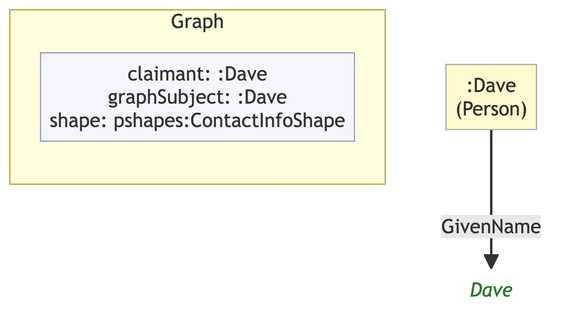
MeeFoundation/mia-ontologies keeps this Mermaid diagram as example/graphs/images/graph-68.png. Above is the earlier version. Its source is kept beside it as example/graphs/images/graph-68.mmd.
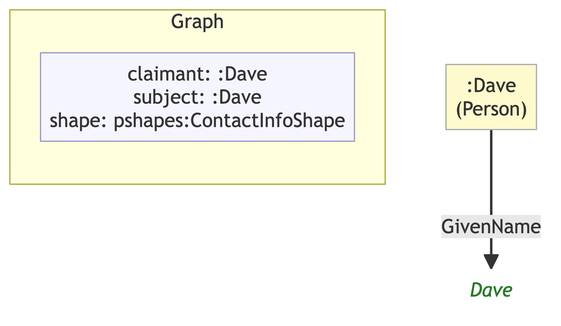
Later version of the same file.

The edit, as a diff of the source:
```diff
@@ -7,10 +7,10 @@
 
     subgraph ctx["Graph"]
         direction LR
-        ctx_meta["claimant: :Dave\ngraphSubject: :Dave\nshape: pshapes:ContactInfoShape"]:::meta
+        ctx_meta["claimant: :Dave\nsubject: :Dave\nshape: pshapes:ContactInfoShape"]:::meta
     end
 
     nb69bdc5e9e9b[":Dave\n(Person)"]:::person
-    n11bc2461e24e("Dave"):::lit
+    n9d9da7729339("Dave"):::lit
 
-    nb69bdc5e9e9b -->|"GivenName"| n11bc2461e24e
+    nb69bdc5e9e9b -->|"GivenName"| n9d9da7729339
```
